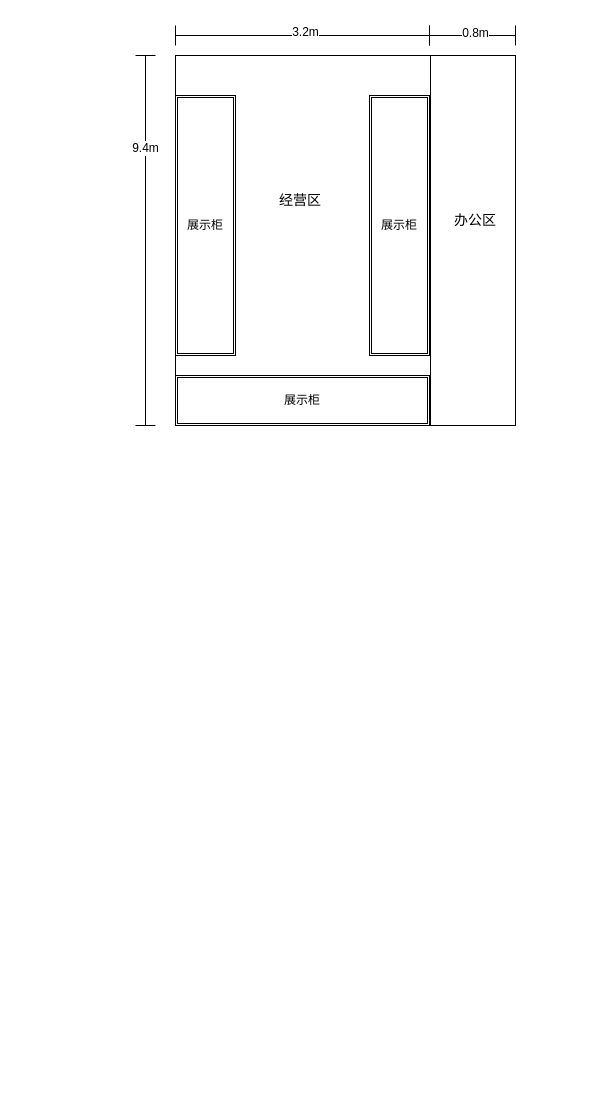
Earlier version of the draw.io diagram 医疗器械平面图.drawio (irene404/UMessage_1_4). Source tidied: cells renumbered, new cells numbered last; positions are measured from the earlier drawing's top-left corner, leaving out a move shared by most shapes. Both pictures are drawn from the tidied source at 100%, with x=0, y=0 at pixel (120, 17).
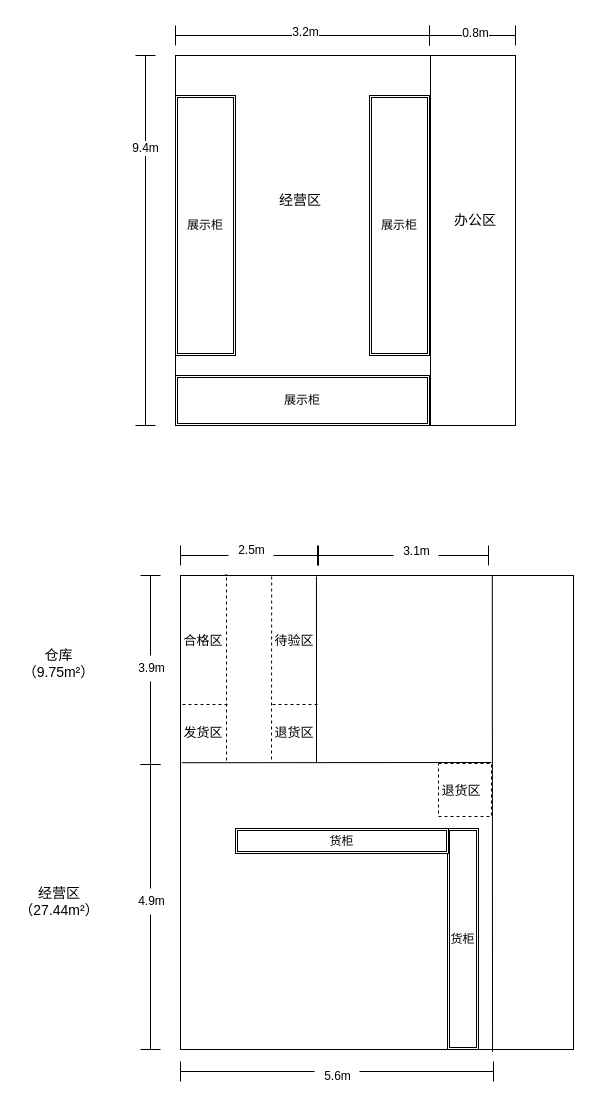
The same page after the edit.

Commit message:
更新医疗器械平面图.drawio

The edit, as a diff of the source:
```diff
@@
+    <mxCell id="18" style="rounded=0;whiteSpace=wrap;html=1;" parent="1" vertex="1">
+      <mxGeometry x="60" y="558" width="393" height="474" as="geometry" />
+    </mxCell>
+    <mxCell id="19" value="经营区&lt;div&gt;（27.44m²）&lt;/div&gt;" style="text;html=1;align=center;verticalAlign=middle;whiteSpace=wrap;rounded=0;fontSize=14;" parent="1" vertex="1">
+      <mxGeometry x="-103" y="869" width="84" height="30" as="geometry" />
+    </mxCell>
+    <mxCell id="20" style="shape=crossbar;whiteSpace=wrap;html=1;rounded=1;direction=south;" parent="1" vertex="1">
+      <mxGeometry x="20" y="558" width="20" height="189" as="geometry" />
+    </mxCell>
+    <mxCell id="21" value="3.9m" style="text;html=1;align=center;verticalAlign=middle;strokeColor=none;fillColor=default;labelBackgroundColor=default;" parent="1" vertex="1">
+      <mxGeometry x="8" y="638" width="45" height="26" as="geometry" />
+    </mxCell>
+    <mxCell id="22" style="shape=crossbar;whiteSpace=wrap;html=1;rounded=1;" parent="1" vertex="1">
+      <mxGeometry x="60" y="528" width="137" height="20" as="geometry" />
+    </mxCell>
+    <mxCell id="23" style="endArrow=none;html=1;rounded=0;" parent="1" edge="1" source="18">
+      <mxGeometry relative="1" as="geometry">
+        <mxPoint x="310" y="558" as="targetPoint" />
+      </mxGeometry>
+    </mxCell>
+    <mxCell id="24" style="endArrow=none;html=1;rounded=0;" parent="1" edge="1" source="18">
+      <mxGeometry relative="1" as="geometry">
+        <mxPoint x="310" y="558" as="targetPoint" />
+      </mxGeometry>
+    </mxCell>
+    <mxCell id="25" style="endArrow=none;html=1;rounded=0;exitX=0.75;exitY=0;exitDx=0;exitDy=0;entryX=0.794;entryY=1.005;entryDx=0;entryDy=0;entryPerimeter=0;" parent="1" edge="1" target="18">
+      <mxGeometry relative="1" as="geometry">
+        <mxPoint x="371.8" y="558" as="sourcePoint" />
+      </mxGeometry>
+    </mxCell>
+    <mxCell id="26" style="shape=crossbar;whiteSpace=wrap;html=1;rounded=1;" parent="1" vertex="1">
+      <mxGeometry x="198" y="528" width="170" height="20" as="geometry" />
+    </mxCell>
+    <mxCell id="27" value="3.1m" style="text;html=1;align=center;verticalAlign=middle;strokeColor=none;fillColor=default;labelBackgroundColor=default;" parent="1" vertex="1">
+      <mxGeometry x="273" y="521" width="45" height="26" as="geometry" />
+    </mxCell>
+    <mxCell id="28" value="货柜" style="shape=ext;double=1;rounded=0;whiteSpace=wrap;html=1;" parent="1" vertex="1">
+      <mxGeometry x="327" y="811" width="31" height="221" as="geometry" />
+    </mxCell>
+    <mxCell id="29" value="货柜" style="shape=ext;double=1;rounded=0;whiteSpace=wrap;html=1;" parent="1" vertex="1">
+      <mxGeometry x="115" y="811" width="213" height="25" as="geometry" />
+    </mxCell>
+    <mxCell id="30" value="2.5m" style="text;html=1;align=center;verticalAlign=middle;strokeColor=none;fillColor=default;" parent="1" vertex="1">
+      <mxGeometry x="108" y="520" width="45" height="26" as="geometry" />
+    </mxCell>
+    <mxCell id="31" style="endArrow=none;html=1;rounded=0;" parent="1" edge="1" target="18">
+      <mxGeometry relative="1" as="geometry">
+        <mxPoint x="60" y="752" as="sourcePoint" />
+      </mxGeometry>
+    </mxCell>
+    <mxCell id="32" style="endArrow=none;html=1;rounded=0;exitX=0.003;exitY=0.395;exitDx=0;exitDy=0;exitPerimeter=0;" parent="1" edge="1" source="18">
+      <mxGeometry relative="1" as="geometry">
+        <mxPoint x="371" y="745" as="targetPoint" />
+      </mxGeometry>
+    </mxCell>
+    <mxCell id="33" style="endArrow=none;html=1;rounded=0;entryX=0.346;entryY=0.002;entryDx=0;entryDy=0;entryPerimeter=0;" parent="1" edge="1" target="18">
+      <mxGeometry relative="1" as="geometry">
+        <mxPoint x="196" y="745" as="sourcePoint" />
+      </mxGeometry>
+    </mxCell>
+    <mxCell id="34" style="endArrow=none;dashed=1;html=1;dashPattern=1 3;strokeWidth=2;rounded=0;" parent="1" edge="1" source="18">
+      <mxGeometry relative="1" as="geometry">
+        <mxPoint x="105" y="557" as="targetPoint" />
+      </mxGeometry>
+    </mxCell>
+    <mxCell id="35" style="endArrow=none;dashed=1;html=1;strokeWidth=1;rounded=0;entryX=0.117;entryY=0.001;entryDx=0;entryDy=0;entryPerimeter=0;" parent="1" edge="1" target="18">
+      <mxGeometry relative="1" as="geometry">
+        <mxPoint x="106" y="743" as="sourcePoint" />
+      </mxGeometry>
+    </mxCell>
+    <mxCell id="36" style="endArrow=none;dashed=1;html=1;strokeWidth=1;rounded=0;entryX=0.232;entryY=0.001;entryDx=0;entryDy=0;entryPerimeter=0;" parent="1" edge="1" target="18">
+      <mxGeometry relative="1" as="geometry">
+        <mxPoint x="151" y="742" as="sourcePoint" />
+      </mxGeometry>
+    </mxCell>
+    <mxCell id="37" style="endArrow=none;dashed=1;html=1;strokeWidth=1;rounded=0;" parent="1" edge="1">
+      <mxGeometry relative="1" as="geometry">
+        <mxPoint x="152" y="687" as="sourcePoint" />
+        <mxPoint x="198" y="687" as="targetPoint" />
+      </mxGeometry>
+    </mxCell>
+    <mxCell id="38" value="待验区" style="text;html=1;align=center;verticalAlign=middle;whiteSpace=wrap;rounded=0;fontSize=13;" parent="1" vertex="1">
+      <mxGeometry x="144" y="608" width="60" height="30" as="geometry" />
+    </mxCell>
+    <mxCell id="39" value="退货区" style="text;html=1;align=center;verticalAlign=middle;whiteSpace=wrap;rounded=0;fontSize=13;" parent="1" vertex="1">
+      <mxGeometry x="144" y="700" width="60" height="30" as="geometry" />
+    </mxCell>
+    <mxCell id="40" value="合格区" style="text;html=1;align=center;verticalAlign=middle;whiteSpace=wrap;rounded=0;fontSize=13;" parent="1" vertex="1">
+      <mxGeometry x="53" y="608" width="60" height="30" as="geometry" />
+    </mxCell>
+    <mxCell id="41" style="whiteSpace=wrap;html=1;dashed=1;" parent="1" vertex="1">
+      <mxGeometry x="318" y="746" width="53" height="53" as="geometry" />
+    </mxCell>
+    <mxCell id="42" value="退货区" style="text;html=1;align=center;verticalAlign=middle;whiteSpace=wrap;rounded=0;fontSize=13;" parent="1" vertex="1">
+      <mxGeometry x="311" y="757.5" width="60" height="30" as="geometry" />
+    </mxCell>
+    <mxCell id="43" style="shape=crossbar;whiteSpace=wrap;html=1;rounded=1;direction=south;" parent="1" vertex="1">
+      <mxGeometry x="20" y="747" width="20" height="285" as="geometry" />
+    </mxCell>
+    <mxCell id="44" value="4.9m" style="text;html=1;align=center;verticalAlign=middle;strokeColor=none;fillColor=default;labelBackgroundColor=default;" parent="1" vertex="1">
+      <mxGeometry x="8" y="871" width="45" height="26" as="geometry" />
+    </mxCell>
+    <mxCell id="45" style="shape=crossbar;whiteSpace=wrap;html=1;rounded=1;" parent="1" vertex="1">
+      <mxGeometry x="60" y="1044" width="313" height="20" as="geometry" />
+    </mxCell>
+    <mxCell id="46" value="5.6m" style="text;html=1;align=center;verticalAlign=middle;strokeColor=none;fillColor=default;labelBackgroundColor=default;" parent="1" vertex="1">
+      <mxGeometry x="194" y="1046" width="45" height="26" as="geometry" />
+    </mxCell>
+    <mxCell id="47" value="仓库&lt;div&gt;（9.75m²）&lt;/div&gt;" style="text;html=1;align=center;verticalAlign=middle;whiteSpace=wrap;rounded=0;fontSize=14;" parent="1" vertex="1">
+      <mxGeometry x="-102" y="631" width="81" height="30" as="geometry" />
+    </mxCell>
+    <mxCell id="48" style="endArrow=none;dashed=1;html=1;strokeWidth=1;rounded=0;" parent="1" edge="1">
+      <mxGeometry relative="1" as="geometry">
+        <mxPoint x="62" y="687" as="sourcePoint" />
+        <mxPoint x="108" y="687" as="targetPoint" />
+      </mxGeometry>
+    </mxCell>
+    <mxCell id="49" value="发货区" style="text;html=1;align=center;verticalAlign=middle;whiteSpace=wrap;rounded=0;fontSize=13;" parent="1" vertex="1">
+      <mxGeometry x="53" y="700" width="60" height="30" as="geometry" />
+    </mxCell>
```
